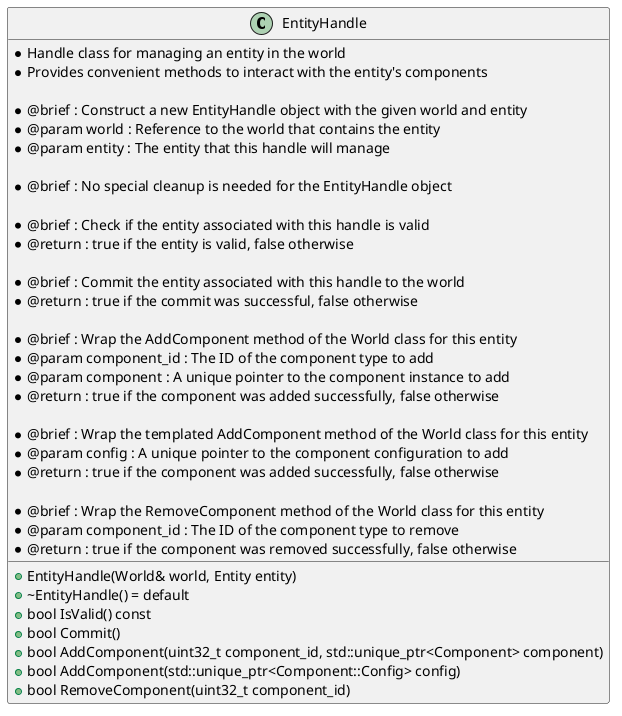
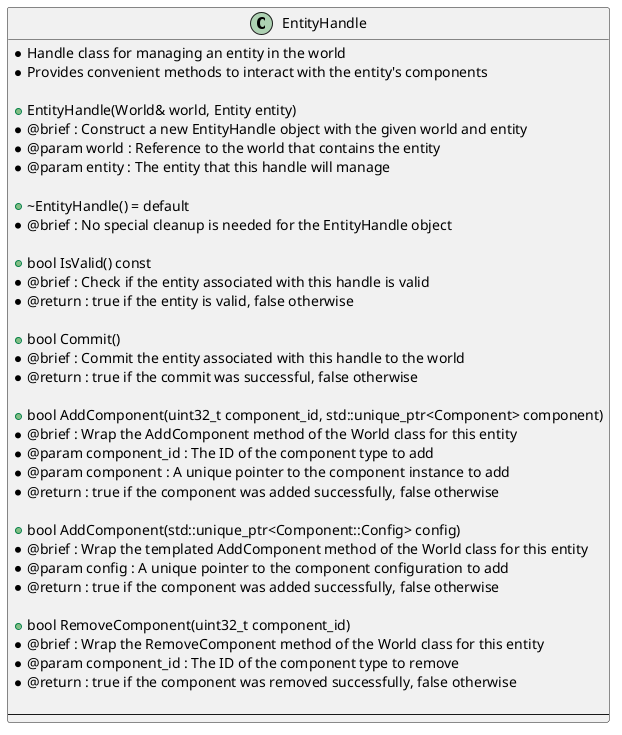
﻿@startuml

class EntityHandle
{
-     * Handle class for managing an entity in the world
-     * Provides convenient methods to interact with the entity's components
+      * Handle class for managing an entity in the world
+      * Provides convenient methods to interact with the entity's components

    + EntityHandle(World& world, Entity entity)
-     * @brief : Construct a new EntityHandle object with the given world and entity
-     * @param world : Reference to the world that contains the entity
-     * @param entity : The entity that this handle will manage
+      * @brief : Construct a new EntityHandle object with the given world and entity
+      * @param world : Reference to the world that contains the entity
+      * @param entity : The entity that this handle will manage

    + ~EntityHandle() = default
     * @brief : No special cleanup is needed for the EntityHandle object

    + bool IsValid() const
-     * @brief : Check if the entity associated with this handle is valid
-     * @return : true if the entity is valid, false otherwise
+      * @brief : Check if the entity associated with this handle is valid
+      * @return : true if the entity is valid, false otherwise

    + bool Commit()
-     * @brief : Commit the entity associated with this handle to the world
-     * @return : true if the commit was successful, false otherwise
+      * @brief : Commit the entity associated with this handle to the world
+      * @return : true if the commit was successful, false otherwise

    + bool AddComponent(uint32_t component_id, std::unique_ptr<Component> component)
-     * @brief : Wrap the AddComponent method of the World class for this entity
-     * @param component_id : The ID of the component type to add
-     * @param component : A unique pointer to the component instance to add
-     * @return : true if the component was added successfully, false otherwise
+      * @brief : Wrap the AddComponent method of the World class for this entity
+      * @param component_id : The ID of the component type to add
+      * @param component : A unique pointer to the component instance to add
+      * @return : true if the component was added successfully, false otherwise

    + bool AddComponent(std::unique_ptr<Component::Config> config)
-     * @brief : Wrap the templated AddComponent method of the World class for this entity
-     * @param config : A unique pointer to the component configuration to add
-     * @return : true if the component was added successfully, false otherwise
+      * @brief : Wrap the templated AddComponent method of the World class for this entity
+      * @param config : A unique pointer to the component configuration to add
+      * @return : true if the component was added successfully, false otherwise

    + bool RemoveComponent(uint32_t component_id)
-     * @brief : Wrap the RemoveComponent method of the World class for this entity
-     * @param component_id : The ID of the component type to remove
-     * @return : true if the component was removed successfully, false otherwise
+      * @brief : Wrap the RemoveComponent method of the World class for this entity
+      * @param component_id : The ID of the component type to remove
+      * @return : true if the component was removed successfully, false otherwise
+ 
+     ---
}

@enduml